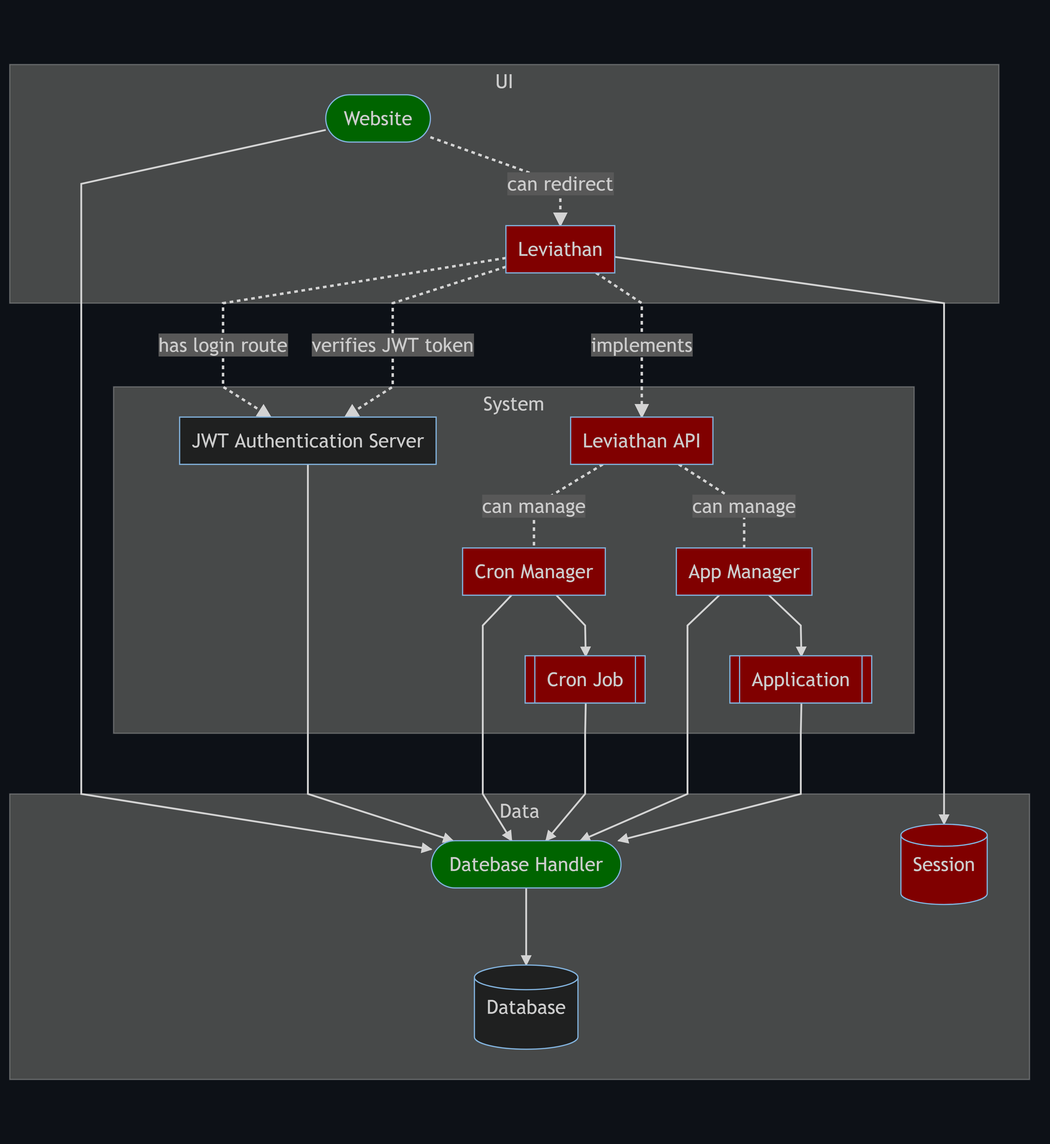
Earlier version of the Mermaid export diagrams/domain.png (olivernybo/leviathan). Its source is kept beside it as diagrams/domain.mmd.
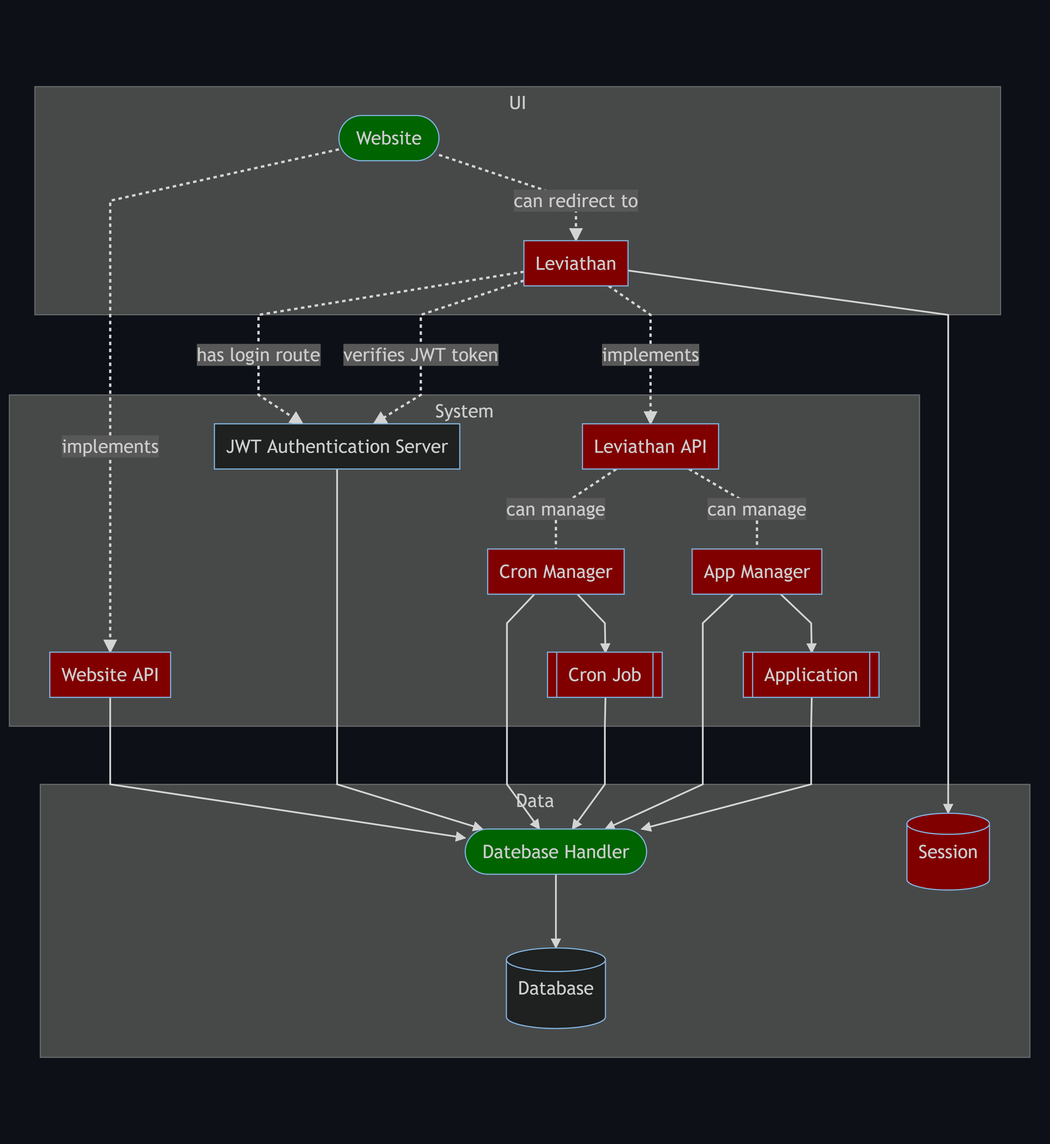
Above is the later version.

Commit message:
added website api to domain

The edit, as a diff of the source:
```diff
@@ -15,6 +15,7 @@
 
 	subgraph system [System]
 	jwt[JWT Authentication Server]
+	webapi[Website API]:::TODO
 	api[Leviathan API]:::TODO
 	cronmanager[Cron Manager]:::TODO
 	cronjob[[Cron Job]]:::TODO
@@ -22,12 +23,13 @@
 	app[[Application]]:::TODO
 	end
 
-	web-->dbh
-	web-.->|can redirect|leviathan
+	web-.->|implements|webapi
+	web-.->|can redirect to|leviathan
 	leviathan-.->|has login route|jwt
 	leviathan-.->|verifies JWT token|jwt
 	leviathan-.->|implements|api
 	jwt-->dbh
+	webapi-->dbh
 	api-.-|can manage|cronmanager
 	api-.-|can manage|appmanager
 	cronmanager-->dbh
```
